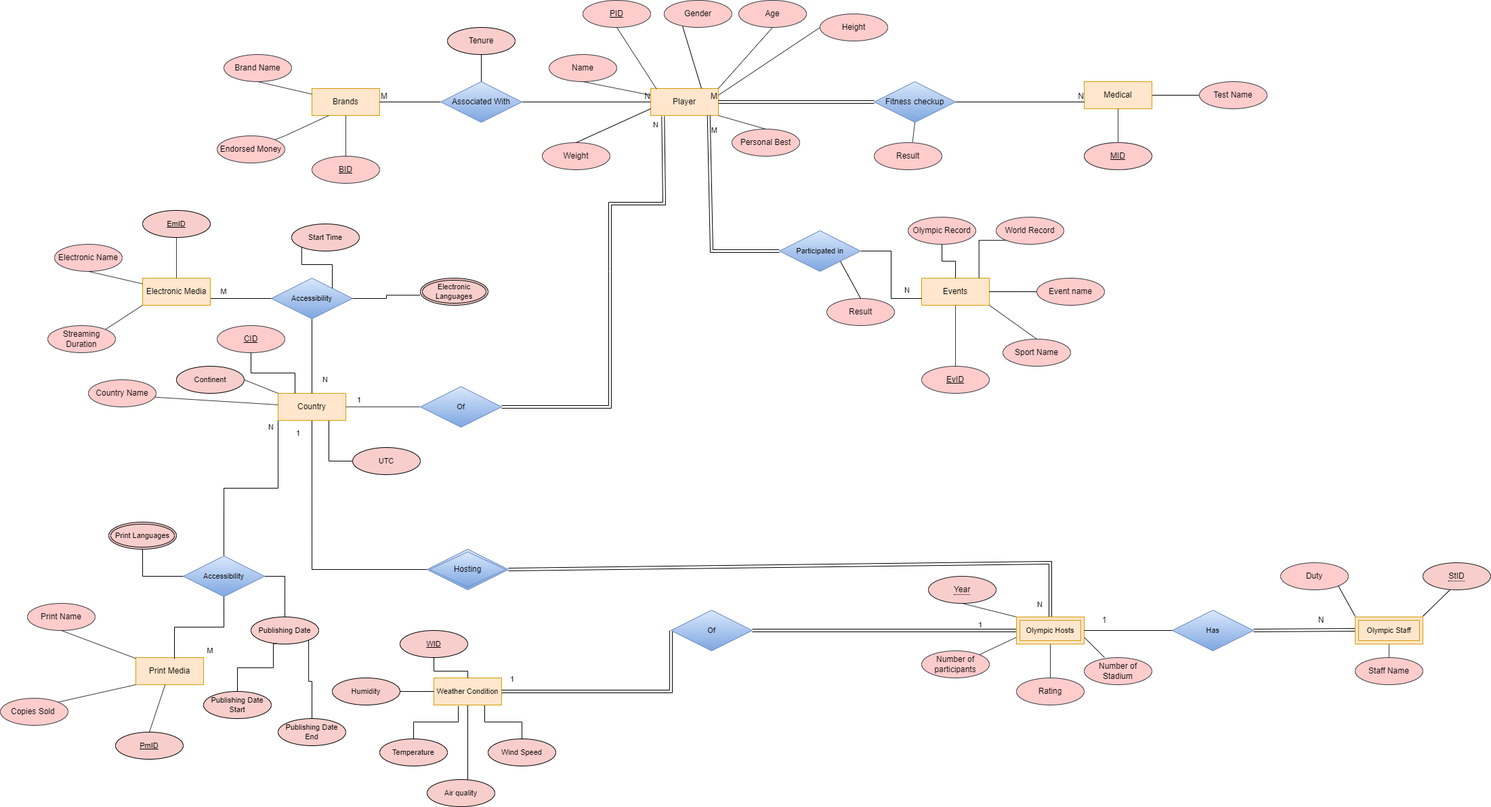
The draw.io diagram ER and Relational/ER_Diagram.drawio.png in Keyur1284/DBMS-Project-Olympics, before a commit. Source tidied: cells renumbered, new cells last; positions are measured from the earlier drawing's top-left corner, leaving out a move shared by most shapes.
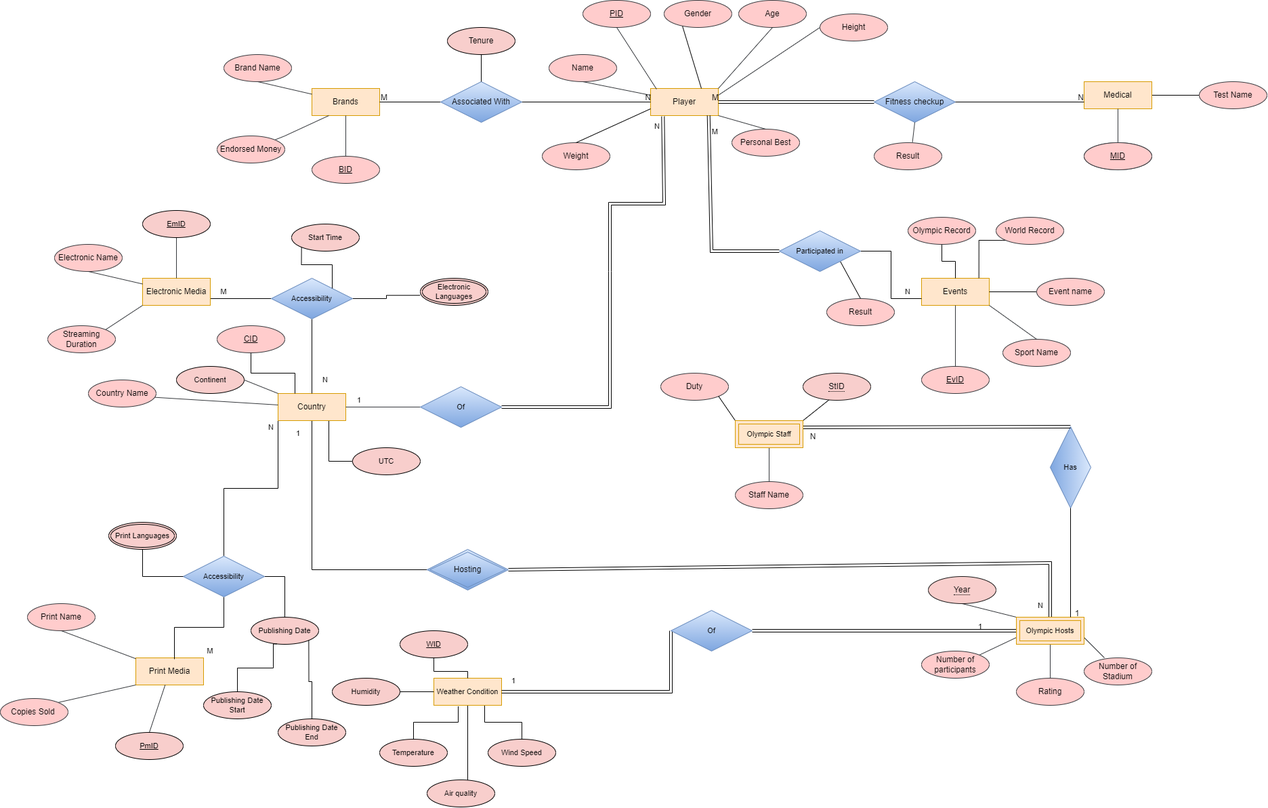
The same diagram one commit later.

The edit, as a diff of the source:
```diff
@@ -423,16 +423,14 @@
         <mxPoint x="264" y="226" as="offset" />
       </mxGeometry>
     </mxCell>
-    <mxCell id="125" style="edgeStyle=orthogonalEdgeStyle;rounded=0;jettySize=auto;html=1;endArrow=none;endFill=0;fillColor=#ffcccc;strokeColor=#36393d;" parent="1" edge="1" source="126">
-      <mxGeometry relative="1" as="geometry">
-        <mxPoint x="2050.1" y="949" as="targetPoint" />
-      </mxGeometry>
+    <mxCell id="125" style="edgeStyle=orthogonalEdgeStyle;rounded=0;jettySize=auto;html=1;endArrow=none;endFill=0;fillColor=#ffcccc;strokeColor=#36393d;entryX=0.5;entryY=1;entryDx=0;entryDy=0;exitX=0.5;exitY=0;exitDx=0;exitDy=0;" parent="1" edge="1" source="126" target="159">
+      <mxGeometry relative="1" as="geometry" />
     </mxCell>
     <mxCell id="126" value="Staff Name" style="ellipse;whiteSpace=wrap;html=1;align=center;fillColor=#ffcccc;strokeColor=#36393d;" parent="1" vertex="1">
-      <mxGeometry x="2000" y="970" width="100" height="40" as="geometry" />
+      <mxGeometry x="1085" y="710" width="100" height="40" as="geometry" />
     </mxCell>
-    <mxCell id="127" value="Has" style="shape=rhombus;perimeter=rhombusPerimeter;whiteSpace=wrap;html=1;align=center;fontFamily=Helvetica;fontSize=11;fillColor=#dae8fc;strokeColor=#6c8ebf;gradientColor=#7ea6e0;" parent="1" vertex="1">
-      <mxGeometry x="1730" y="900" width="120" height="60" as="geometry" />
+    <mxCell id="127" value="Has" style="shape=rhombus;perimeter=rhombusPerimeter;whiteSpace=wrap;html=1;align=center;fontFamily=Helvetica;fontSize=11;fillColor=#dae8fc;strokeColor=#6c8ebf;gradientColor=#7ea6e0;direction=south;" parent="1" vertex="1">
+      <mxGeometry x="1550" y="629" width="60" height="120" as="geometry" />
     </mxCell>
     <mxCell id="128" value="Gender" style="ellipse;whiteSpace=wrap;html=1;align=center;fillColor=#ffcccc;strokeColor=#36393d;direction=east;flipV=0;flipH=1;" parent="1" vertex="1">
       <mxGeometry x="979.9" width="100" height="40" as="geometry" />
@@ -471,7 +469,7 @@
       <mxGeometry x="130" y="560" width="100" height="40" as="geometry" />
     </mxCell>
     <mxCell id="140" value="Duty" style="ellipse;whiteSpace=wrap;html=1;align=center;fillColor=#ffcccc;strokeColor=#36393d;" parent="1" vertex="1">
-      <mxGeometry x="1890" y="830" width="100" height="40" as="geometry" />
+      <mxGeometry x="975" y="550" width="100" height="40" as="geometry" />
     </mxCell>
     <mxCell id="141" value="Result" style="ellipse;whiteSpace=wrap;html=1;align=center;fillColor=#ffcccc;strokeColor=#36393d;" parent="1" vertex="1">
       <mxGeometry x="1220" y="440" width="100" height="40" as="geometry" />
@@ -515,39 +513,32 @@
     <mxCell id="152" value="PID" style="ellipse;whiteSpace=wrap;html=1;align=center;fontStyle=4;fillColor=#ffcccc;strokeColor=#36393d;" parent="1" vertex="1">
       <mxGeometry x="860" width="100" height="40" as="geometry" />
     </mxCell>
-    <mxCell id="153" style="endArrow=none;html=1;rounded=0;entryX=0.5;entryY=1;entryDx=0;entryDy=0;exitX=1;exitY=0;exitDx=0;exitDy=0;" parent="1" edge="1">
-      <mxGeometry relative="1" as="geometry">
-        <mxPoint x="2100" y="909" as="sourcePoint" />
-        <mxPoint x="2140" y="870" as="targetPoint" />
-      </mxGeometry>
+    <mxCell id="153" style="endArrow=none;html=1;rounded=0;entryX=0.394;entryY=0.965;entryDx=0;entryDy=0;exitX=1;exitY=0;exitDx=0;exitDy=0;entryPerimeter=0;" parent="1" edge="1" source="159" target="161">
+      <mxGeometry relative="1" as="geometry" />
     </mxCell>
-    <mxCell id="154" style="endArrow=none;html=1;rounded=0;entryX=1;entryY=1;entryDx=0;entryDy=0;exitX=0;exitY=0;exitDx=0;exitDy=0;" parent="1" edge="1" target="140">
-      <mxGeometry relative="1" as="geometry">
-        <mxPoint x="2000" y="909" as="sourcePoint" />
-      </mxGeometry>
+    <mxCell id="154" style="endArrow=none;html=1;rounded=0;entryX=1;entryY=1;entryDx=0;entryDy=0;exitX=0;exitY=0;exitDx=0;exitDy=0;" parent="1" edge="1" source="159" target="140">
+      <mxGeometry relative="1" as="geometry" />
     </mxCell>
-    <mxCell id="155" style="endArrow=none;html=1;rounded=0;entryX=1;entryY=0.5;entryDx=0;entryDy=0;exitX=0;exitY=0.5;exitDx=0;exitDy=0;" parent="1" edge="1" source="127" target="130">
+    <mxCell id="155" style="endArrow=none;html=1;rounded=0;exitX=1;exitY=0.5;exitDx=0;exitDy=0;entryX=0.8;entryY=0;entryDx=0;entryDy=0;entryPerimeter=0;" parent="1" edge="1" source="127" target="130">
       <mxGeometry relative="1" as="geometry" />
     </mxCell>
-    <mxCell id="156" style="shape=link;html=1;rounded=0;entryX=0;entryY=0.5;entryDx=0;entryDy=0;exitX=1;exitY=0.5;exitDx=0;exitDy=0;" parent="1" edge="1" source="127">
-      <mxGeometry relative="1" as="geometry">
-        <mxPoint x="2000" y="929" as="targetPoint" />
-      </mxGeometry>
+    <mxCell id="156" style="shape=link;html=1;rounded=0;entryX=1;entryY=0.25;entryDx=0;entryDy=0;exitX=0;exitY=0.5;exitDx=0;exitDy=0;" parent="1" edge="1" source="127" target="159">
+      <mxGeometry relative="1" as="geometry" />
     </mxCell>
     <mxCell id="157" value="1" style="text;html=1;strokeColor=none;fillColor=none;align=center;verticalAlign=middle;whiteSpace=wrap;rounded=0;" parent="1" vertex="1">
-      <mxGeometry x="1600" y="900" width="60" height="30" as="geometry" />
+      <mxGeometry x="1560" y="890" width="60" height="30" as="geometry" />
     </mxCell>
     <mxCell id="158" value="N" style="text;html=1;strokeColor=none;fillColor=none;align=center;verticalAlign=middle;whiteSpace=wrap;rounded=0;" parent="1" vertex="1">
-      <mxGeometry x="1920" y="900" width="60" height="30" as="geometry" />
+      <mxGeometry x="1170" y="629" width="60" height="30" as="geometry" />
     </mxCell>
     <mxCell id="159" value="Olympic Staff" style="shape=ext;margin=3;double=1;whiteSpace=wrap;html=1;align=center;fontFamily=Helvetica;fontSize=11;fillColor=#ffe6cc;strokeColor=#d79b00;" parent="1" vertex="1">
-      <mxGeometry x="2000" y="910" width="100" height="40" as="geometry" />
+      <mxGeometry x="1085" y="620" width="100" height="40" as="geometry" />
     </mxCell>
     <mxCell id="160" value="&lt;span style=&quot;border-bottom: 1px dotted&quot;&gt;Year&lt;/span&gt;" style="ellipse;whiteSpace=wrap;html=1;align=center;fillColor=#f8cecc;strokeColor=#181616;fillStyle=solid;" parent="1" vertex="1">
       <mxGeometry x="1370" y="850" width="100" height="40" as="geometry" />
     </mxCell>
     <mxCell id="161" value="&lt;span style=&quot;border-bottom: 1px dotted&quot;&gt;StID&lt;/span&gt;" style="ellipse;whiteSpace=wrap;html=1;align=center;fillColor=#f8cecc;strokeColor=#181616;fillStyle=solid;" parent="1" vertex="1">
-      <mxGeometry x="2100" y="830" width="100" height="40" as="geometry" />
+      <mxGeometry x="1185" y="550" width="100" height="40" as="geometry" />
     </mxCell>
   </root>
 </mxGraphModel>
```
